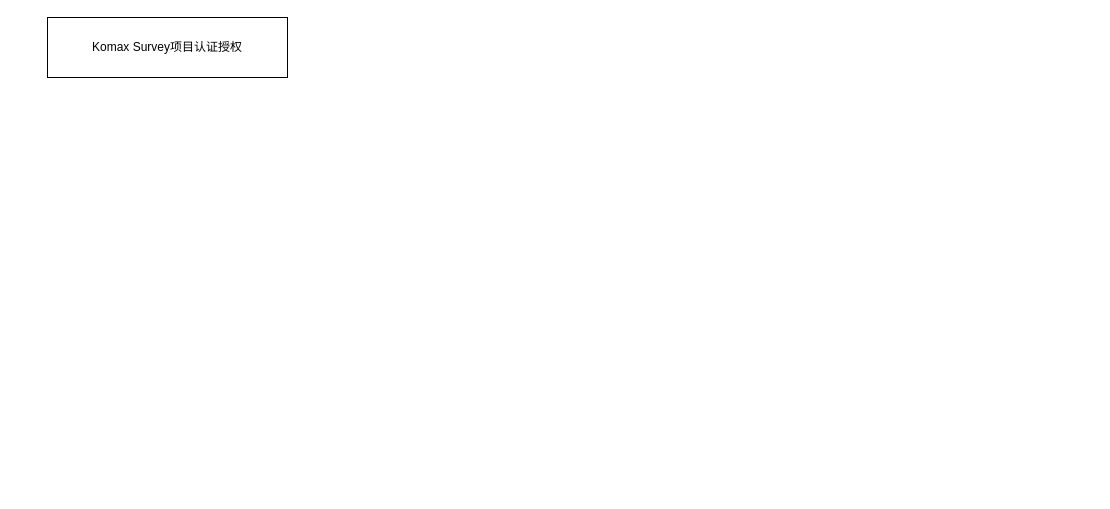
The draw.io diagram traceability/KomaxSurvey.drawio in vicode117/draw-io, before the edit. Source tidied: cells renumbered, new cells numbered last; positions are measured from the earlier drawing's top-left corner, leaving out a move shared by most shapes. Both pictures are drawn from the tidied source at 100%, with x=0, y=0 at pixel (47, 17).
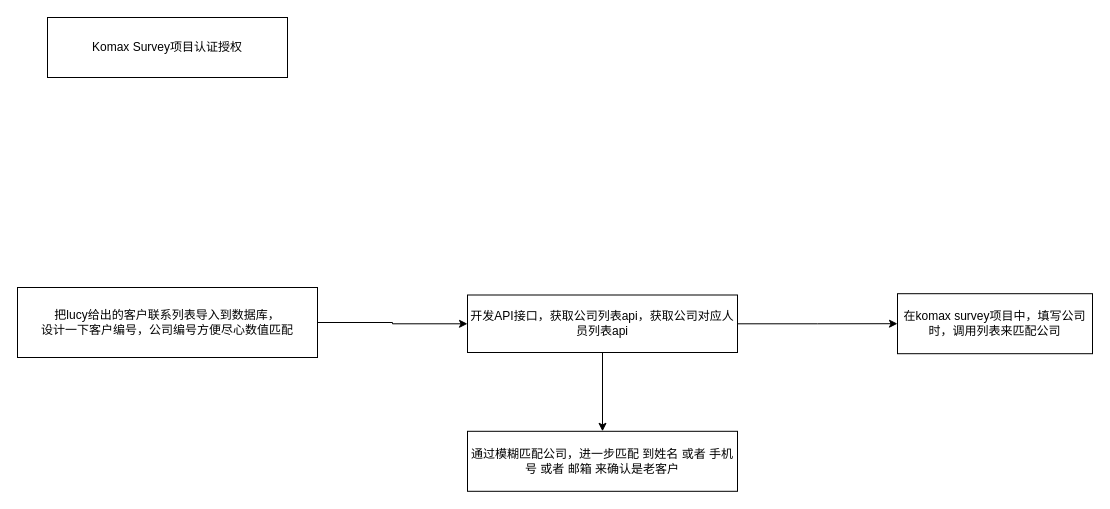
Above is the later version.

Commit message:
add crm data match design

Change to the diagram source:
```diff
@@
 <mxGraphModel>
   <root>
     <mxCell id="0" />
     <mxCell id="1" parent="0" />
     <mxCell id="2" value="Komax Survey项目认证授权" style="rounded=0;whiteSpace=wrap;html=1;" parent="1" vertex="1">
       <mxGeometry width="240" height="60" as="geometry" />
     </mxCell>
+    <mxCell id="3" style="edgeStyle=orthogonalEdgeStyle;rounded=0;jettySize=auto;html=1;" parent="1" edge="1" source="4" target="7">
+      <mxGeometry relative="1" as="geometry" />
+    </mxCell>
+    <mxCell id="4" value="把lucy给出的客户联系列表导入到数据库，&lt;div&gt;设计一下客户编号，公司编号方便尽心数值匹配&lt;/div&gt;" style="rounded=0;whiteSpace=wrap;html=1;" parent="1" vertex="1">
+      <mxGeometry x="-30" y="270" width="300" height="70" as="geometry" />
+    </mxCell>
+    <mxCell id="5" style="edgeStyle=orthogonalEdgeStyle;rounded=0;jettySize=auto;html=1;" parent="1" edge="1" source="7" target="8">
+      <mxGeometry relative="1" as="geometry" />
+    </mxCell>
+    <mxCell id="6" style="edgeStyle=orthogonalEdgeStyle;rounded=0;jettySize=auto;html=1;" parent="1" edge="1" source="7" target="9">
+      <mxGeometry relative="1" as="geometry" />
+    </mxCell>
+    <mxCell id="7" value="开发API接口，获取公司列表api，获取公司对应人员列表api" style="whiteSpace=wrap;html=1;rounded=0;" parent="1" vertex="1">
+      <mxGeometry x="420" y="277.5" width="270" height="57.5" as="geometry" />
+    </mxCell>
+    <mxCell id="8" value="在komax survey项目中，填写公司时，调用列表来匹配公司" style="whiteSpace=wrap;html=1;rounded=0;" parent="1" vertex="1">
+      <mxGeometry x="850" y="276.2" width="195" height="60" as="geometry" />
+    </mxCell>
+    <mxCell id="9" value="通过模糊匹配公司，进一步匹配 到姓名 或者 手机号 或者 邮箱 来确认是老客户" style="whiteSpace=wrap;html=1;rounded=0;" parent="1" vertex="1">
+      <mxGeometry x="420" y="413.8" width="270" height="60" as="geometry" />
+    </mxCell>
   </root>
 </mxGraphModel>
```
